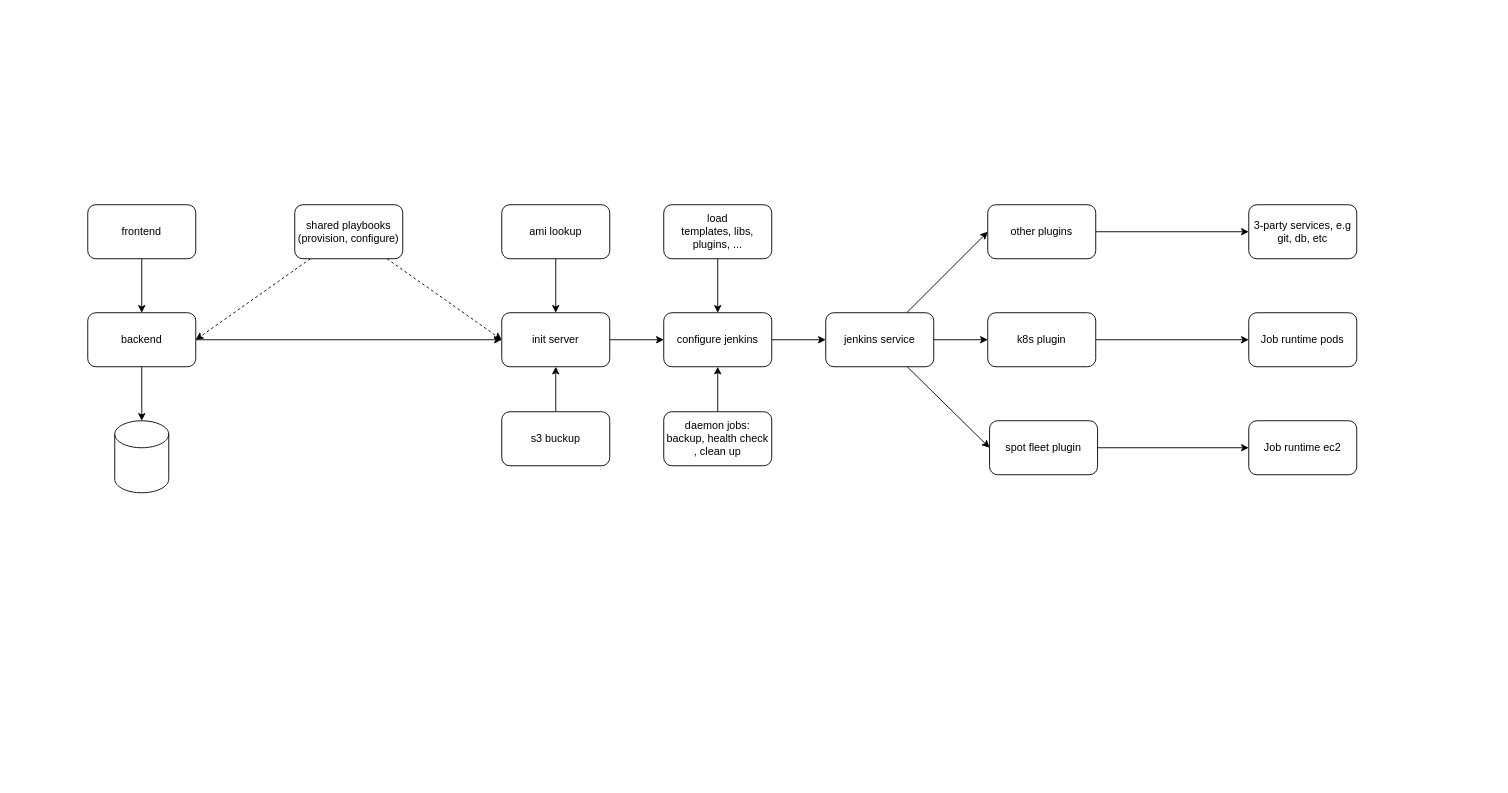
Above: homer_distributed_system.drawio in jiangtao7/draw.io (draw.io), before the change. Source tidied: cells renumbered, new cells numbered last; positions are measured from the earlier drawing's top-left corner, leaving out a move shared by most shapes. Both pictures are drawn from the tidied source at 90%, with x=0, y=0 at pixel (87, 204).
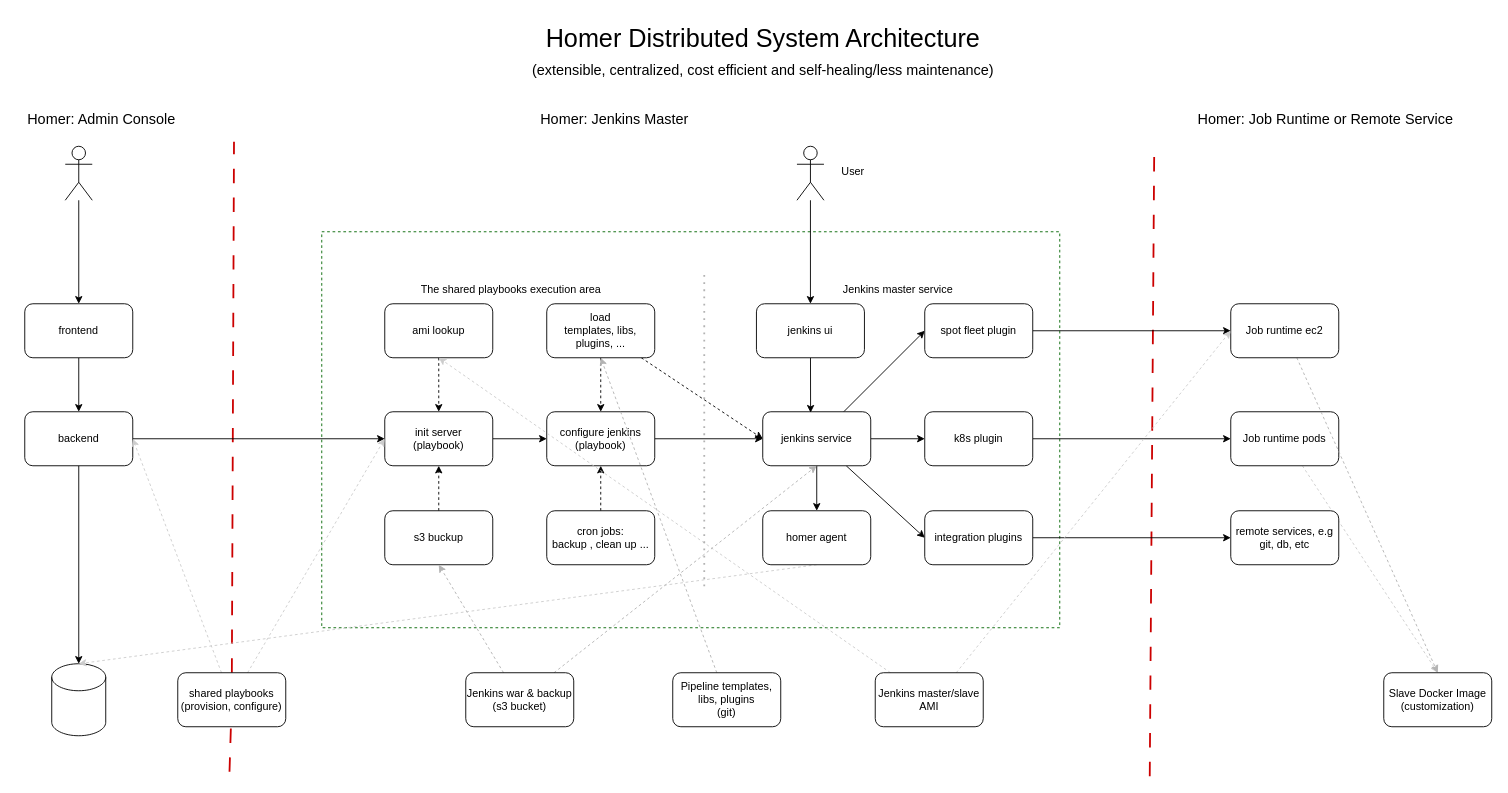
The same page after the edit.

Diff of the diagram source:
```diff
@@
+    <mxCell id="36" style="endArrow=none;dashed=1;html=1;dashPattern=8 8;strokeWidth=2;rounded=0;strokeColor=#CC0000;fontColor=#CC0000;" parent="1" edge="1">
+      <mxGeometry relative="1" as="geometry">
+        <mxPoint x="1180" y="635" as="sourcePoint" />
+        <mxPoint x="1185" y="-65" as="targetPoint" />
+      </mxGeometry>
+    </mxCell>
+    <mxCell id="37" style="endArrow=none;dashed=1;html=1;dashPattern=8 8;strokeWidth=2;rounded=0;strokeColor=#CC0000;fontColor=#CC0000;" parent="1" edge="1" source="26">
+      <mxGeometry relative="1" as="geometry">
+        <mxPoint x="162.5" y="-70" as="targetPoint" />
+      </mxGeometry>
+    </mxCell>
+    <mxCell id="38" style="rounded=0;whiteSpace=wrap;html=1;dashed=1;strokeColor=#006600;" parent="1" vertex="1">
+      <mxGeometry x="260" y="30" width="820" height="440" as="geometry" />
+    </mxCell>
@@
     <mxCell id="3" value="frontend" style="rounded=1;whiteSpace=wrap;html=1;" parent="1" vertex="1">
-      <mxGeometry width="120" height="60" as="geometry" />
+      <mxGeometry x="-70" y="110" width="120" height="60" as="geometry" />
     </mxCell>
@@
     <mxCell id="6" value="backend" style="rounded=1;whiteSpace=wrap;html=1;" parent="1" vertex="1">
-      <mxGeometry y="120" width="120" height="60" as="geometry" />
+      <mxGeometry x="-70" y="230" width="120" height="60" as="geometry" />
     </mxCell>
     <mxCell id="7" style="shape=cylinder3;whiteSpace=wrap;html=1;boundedLbl=1;backgroundOutline=1;size=15;" parent="1" vertex="1">
-      <mxGeometry x="30" y="240" width="60" height="80" as="geometry" />
+      <mxGeometry x="-40" y="510" width="60" height="80" as="geometry" />
     </mxCell>
@@
-    <mxCell id="9" value="init server" style="rounded=1;whiteSpace=wrap;html=1;" parent="1" vertex="1">
-      <mxGeometry x="460" y="120" width="120" height="60" as="geometry" />
+    <mxCell id="9" value="init server&lt;br&gt;(playbook)" style="rounded=1;whiteSpace=wrap;html=1;" parent="1" vertex="1">
+      <mxGeometry x="330" y="230" width="120" height="60" as="geometry" />
     </mxCell>
@@
-    <mxCell id="11" value="configure jenkins" style="rounded=1;whiteSpace=wrap;html=1;" parent="1" vertex="1">
-      <mxGeometry x="640" y="120" width="120" height="60" as="geometry" />
+    <mxCell id="11" value="configure jenkins&lt;br&gt;(playbook)" style="rounded=1;whiteSpace=wrap;html=1;" parent="1" vertex="1">
+      <mxGeometry x="510" y="230" width="120" height="60" as="geometry" />
     </mxCell>
+    <mxCell id="13" style="edgeStyle=none;rounded=0;jettySize=auto;html=1;entryX=0;entryY=0.5;entryDx=0;entryDy=0;" parent="1" edge="1" source="15" target="30">
+      <mxGeometry relative="1" as="geometry" />
+    </mxCell>
@@
-    <mxCell id="13" style="edgeStyle=none;rounded=0;jettySize=auto;html=1;entryX=0;entryY=0.5;entryDx=0;entryDy=0;" parent="1" edge="1" source="15" target="30">
-      <mxGeometry relative="1" as="geometry" />
-    </mxCell>
@@
+    <mxCell id="39" style="edgeStyle=none;rounded=0;jettySize=auto;html=1;" parent="1" edge="1" source="15" target="57">
+      <mxGeometry relative="1" as="geometry" />
+    </mxCell>
     <mxCell id="15" value="jenkins service" style="rounded=1;whiteSpace=wrap;html=1;" parent="1" vertex="1">
-      <mxGeometry x="820" y="120" width="120" height="60" as="geometry" />
+      <mxGeometry x="750" y="230" width="120" height="60" as="geometry" />
     </mxCell>
-    <mxCell id="16" style="edgeStyle=none;rounded=0;jettySize=auto;html=1;entryX=0.5;entryY=1;entryDx=0;entryDy=0;" parent="1" edge="1" source="17" target="11">
+    <mxCell id="16" style="edgeStyle=none;rounded=0;jettySize=auto;html=1;entryX=0.5;entryY=1;entryDx=0;entryDy=0;dashed=1;" parent="1" edge="1" source="17" target="11">
       <mxGeometry relative="1" as="geometry" />
     </mxCell>
-    <mxCell id="17" value="daemon jobs: &lt;br&gt;backup, health check , clean up" style="rounded=1;whiteSpace=wrap;html=1;" parent="1" vertex="1">
-      <mxGeometry x="640" y="230" width="120" height="60" as="geometry" />
+    <mxCell id="17" value="cron jobs: &lt;br&gt;backup , clean up ..." style="rounded=1;whiteSpace=wrap;html=1;" parent="1" vertex="1">
+      <mxGeometry x="510" y="340" width="120" height="60" as="geometry" />
     </mxCell>
-    <mxCell id="18" style="edgeStyle=none;rounded=0;jettySize=auto;html=1;entryX=0.5;entryY=0;entryDx=0;entryDy=0;" parent="1" edge="1" source="19" target="11">
+    <mxCell id="18" style="edgeStyle=none;rounded=0;jettySize=auto;html=1;entryX=0.5;entryY=0;entryDx=0;entryDy=0;dashed=1;" parent="1" edge="1" source="19" target="11">
       <mxGeometry relative="1" as="geometry" />
     </mxCell>
+    <mxCell id="40" style="edgeStyle=none;rounded=0;jettySize=auto;html=1;entryX=0;entryY=0.5;entryDx=0;entryDy=0;dashed=1;" parent="1" edge="1" source="19" target="15">
+      <mxGeometry relative="1" as="geometry" />
+    </mxCell>
     <mxCell id="19" value="load &lt;br&gt;templates, libs, plugins, ..." style="rounded=1;whiteSpace=wrap;html=1;" parent="1" vertex="1">
-      <mxGeometry x="640" width="120" height="60" as="geometry" />
+      <mxGeometry x="510" y="110" width="120" height="60" as="geometry" />
     </mxCell>
-    <mxCell id="20" style="edgeStyle=none;rounded=0;jettySize=auto;html=1;entryX=0.5;entryY=0;entryDx=0;entryDy=0;" parent="1" edge="1" source="21" target="9">
+    <mxCell id="20" style="edgeStyle=none;rounded=0;jettySize=auto;html=1;entryX=0.5;entryY=0;entryDx=0;entryDy=0;dashed=1;" parent="1" edge="1" source="21" target="9">
       <mxGeometry relative="1" as="geometry" />
     </mxCell>
     <mxCell id="21" value="ami lookup" style="rounded=1;whiteSpace=wrap;html=1;" parent="1" vertex="1">
-      <mxGeometry x="460" width="120" height="60" as="geometry" />
+      <mxGeometry x="330" y="110" width="120" height="60" as="geometry" />
     </mxCell>
-    <mxCell id="22" style="edgeStyle=none;rounded=0;jettySize=auto;html=1;entryX=0.5;entryY=1;entryDx=0;entryDy=0;" parent="1" edge="1" source="23" target="9">
+    <mxCell id="22" style="edgeStyle=none;rounded=0;jettySize=auto;html=1;entryX=0.5;entryY=1;entryDx=0;entryDy=0;dashed=1;" parent="1" edge="1" source="23" target="9">
       <mxGeometry relative="1" as="geometry" />
     </mxCell>
     <mxCell id="23" value="s3 buckup" style="rounded=1;whiteSpace=wrap;html=1;" parent="1" vertex="1">
-      <mxGeometry x="460" y="230" width="120" height="60" as="geometry" />
+      <mxGeometry x="330" y="340" width="120" height="60" as="geometry" />
     </mxCell>
-    <mxCell id="24" style="edgeStyle=none;rounded=0;jettySize=auto;html=1;entryX=1;entryY=0.5;entryDx=0;entryDy=0;dashed=1;" parent="1" edge="1" source="26" target="6">
+    <mxCell id="24" style="edgeStyle=none;rounded=0;jettySize=auto;html=1;entryX=1;entryY=0.5;entryDx=0;entryDy=0;dashed=1;strokeColor=#CCCCCC;" parent="1" edge="1" source="26" target="6">
       <mxGeometry relative="1" as="geometry" />
     </mxCell>
-    <mxCell id="25" style="edgeStyle=none;rounded=0;jettySize=auto;html=1;entryX=0;entryY=0.5;entryDx=0;entryDy=0;dashed=1;" parent="1" edge="1" source="26" target="9">
+    <mxCell id="25" style="edgeStyle=none;rounded=0;jettySize=auto;html=1;entryX=0;entryY=0.5;entryDx=0;entryDy=0;dashed=1;strokeColor=#CCCCCC;" parent="1" edge="1" source="26" target="9">
       <mxGeometry relative="1" as="geometry" />
     </mxCell>
-    <mxCell id="26" value="shared playbooks&lt;br&gt;(provision, configure)" style="rounded=1;whiteSpace=wrap;html=1;" parent="1" vertex="1">
-      <mxGeometry x="230" width="120" height="60" as="geometry" />
-    </mxCell>
-    <mxCell id="27" style="edgeStyle=none;rounded=0;jettySize=auto;html=1;entryX=0;entryY=0.5;entryDx=0;entryDy=0;" parent="1" edge="1" source="28" target="35">
+    <mxCell id="27" style="edgeStyle=none;rounded=0;jettySize=auto;html=1;" parent="1" edge="1" source="28" target="35">
       <mxGeometry relative="1" as="geometry" />
     </mxCell>
-    <mxCell id="28" value="other plugins" style="rounded=1;whiteSpace=wrap;html=1;" parent="1" vertex="1">
-      <mxGeometry x="1000" width="120" height="60" as="geometry" />
+    <mxCell id="28" value="integration plugins" style="rounded=1;whiteSpace=wrap;html=1;" parent="1" vertex="1">
+      <mxGeometry x="930" y="340" width="120" height="60" as="geometry" />
     </mxCell>
@@
     <mxCell id="30" value="k8s plugin" style="rounded=1;whiteSpace=wrap;html=1;" parent="1" vertex="1">
-      <mxGeometry x="1000" y="120" width="120" height="60" as="geometry" />
+      <mxGeometry x="930" y="230" width="120" height="60" as="geometry" />
     </mxCell>
@@
     <mxCell id="32" value="spot fleet plugin" style="rounded=1;whiteSpace=wrap;html=1;" parent="1" vertex="1">
-      <mxGeometry x="1002" y="240" width="120" height="60" as="geometry" />
+      <mxGeometry x="930" y="110" width="120" height="60" as="geometry" />
     </mxCell>
+    <mxCell id="41" style="edgeStyle=none;rounded=0;jettySize=auto;html=1;entryX=0.5;entryY=0;entryDx=0;entryDy=0;dashed=1;strokeColor=#CCCCCC;" parent="1" edge="1" source="33" target="48">
+      <mxGeometry relative="1" as="geometry" />
+    </mxCell>
     <mxCell id="33" value="Job runtime pods" style="rounded=1;whiteSpace=wrap;html=1;" parent="1" vertex="1">
-      <mxGeometry x="1290" y="120" width="120" height="60" as="geometry" />
+      <mxGeometry x="1270" y="230" width="120" height="60" as="geometry" />
     </mxCell>
+    <mxCell id="42" style="edgeStyle=none;rounded=0;jettySize=auto;html=1;entryX=0.5;entryY=0;entryDx=0;entryDy=0;dashed=1;strokeColor=#B3B3B3;" parent="1" edge="1" source="34" target="48">
+      <mxGeometry relative="1" as="geometry" />
+    </mxCell>
     <mxCell id="34" value="Job runtime ec2" style="rounded=1;whiteSpace=wrap;html=1;" parent="1" vertex="1">
-      <mxGeometry x="1290" y="240" width="120" height="60" as="geometry" />
+      <mxGeometry x="1270" y="110" width="120" height="60" as="geometry" />
     </mxCell>
-    <mxCell id="35" value="3-party services, e.g git, db, etc" style="rounded=1;whiteSpace=wrap;html=1;" parent="1" vertex="1">
-      <mxGeometry x="1290" width="120" height="60" as="geometry" />
+    <mxCell id="35" value="remote services, e.g git, db, etc" style="rounded=1;whiteSpace=wrap;html=1;" parent="1" vertex="1">
+      <mxGeometry x="1270" y="340" width="120" height="60" as="geometry" />
     </mxCell>
+    <mxCell id="43" style="edgeStyle=none;rounded=0;jettySize=auto;html=1;entryX=0.443;entryY=0.017;entryDx=0;entryDy=0;entryPerimeter=0;" parent="1" edge="1" source="44" target="15">
+      <mxGeometry relative="1" as="geometry" />
+    </mxCell>
+    <mxCell id="44" value="jenkins ui" style="rounded=1;whiteSpace=wrap;html=1;" parent="1" vertex="1">
+      <mxGeometry x="743" y="110" width="120" height="60" as="geometry" />
+    </mxCell>
+    <mxCell id="45" style="edgeStyle=none;rounded=0;jettySize=auto;html=1;entryX=0.5;entryY=1;entryDx=0;entryDy=0;dashed=1;strokeColor=#CCCCCC;" parent="1" edge="1" source="47" target="21">
+      <mxGeometry relative="1" as="geometry" />
+    </mxCell>
+    <mxCell id="46" style="edgeStyle=none;rounded=0;jettySize=auto;html=1;entryX=0;entryY=0.5;entryDx=0;entryDy=0;exitX=0.75;exitY=0;exitDx=0;exitDy=0;dashed=1;strokeColor=#CCCCCC;" parent="1" edge="1" source="47" target="34">
+      <mxGeometry relative="1" as="geometry" />
+    </mxCell>
+    <mxCell id="47" value="Jenkins master/slave AMI" style="rounded=1;whiteSpace=wrap;html=1;" parent="1" vertex="1">
+      <mxGeometry x="875" y="520" width="120" height="60" as="geometry" />
+    </mxCell>
+    <mxCell id="48" value="Slave Docker Image&lt;br&gt;(customization)" style="rounded=1;whiteSpace=wrap;html=1;" parent="1" vertex="1">
+      <mxGeometry x="1440" y="520" width="120" height="60" as="geometry" />
+    </mxCell>
+    <mxCell id="49" style="edgeStyle=none;rounded=0;jettySize=auto;html=1;entryX=0.5;entryY=0;entryDx=0;entryDy=0;" parent="1" edge="1" source="50" target="3">
+      <mxGeometry relative="1" as="geometry" />
+    </mxCell>
+    <mxCell id="50" style="shape=umlActor;verticalLabelPosition=bottom;verticalAlign=top;html=1;outlineConnect=0;" parent="1" vertex="1">
+      <mxGeometry x="-25" y="-65" width="30" height="60" as="geometry" />
+    </mxCell>
+    <mxCell id="51" style="edgeStyle=none;rounded=0;jettySize=auto;html=1;entryX=0.5;entryY=0;entryDx=0;entryDy=0;" parent="1" edge="1" source="52" target="44">
+      <mxGeometry relative="1" as="geometry" />
+    </mxCell>
+    <mxCell id="52" style="shape=umlActor;verticalLabelPosition=bottom;verticalAlign=top;html=1;outlineConnect=0;" parent="1" vertex="1">
+      <mxGeometry x="788" y="-65" width="30" height="60" as="geometry" />
+    </mxCell>
+    <mxCell id="53" value="Jenkins master service" style="text;html=1;align=center;verticalAlign=middle;strokeColor=none;fillColor=none;" parent="1" vertex="1">
+      <mxGeometry x="825" y="80" width="150" height="30" as="geometry" />
+    </mxCell>
+    <mxCell id="54" value="Homer: Job Runtime or Remote Service" style="text;html=1;align=center;verticalAlign=middle;strokeColor=none;fillColor=none;fontSize=16;" parent="1" vertex="1">
+      <mxGeometry x="1220" y="-110" width="310" height="30" as="geometry" />
+    </mxCell>
+    <mxCell id="55" value="Homer: Admin Console" style="text;html=1;align=center;verticalAlign=middle;strokeColor=none;fillColor=none;fontSize=16;" parent="1" vertex="1">
+      <mxGeometry x="-80" y="-110" width="190" height="30" as="geometry" />
+    </mxCell>
+    <mxCell id="56" style="edgeStyle=none;rounded=0;jettySize=auto;html=1;entryX=0.5;entryY=0;entryDx=0;entryDy=0;entryPerimeter=0;exitX=0.5;exitY=1;exitDx=0;exitDy=0;dashed=1;strokeColor=#CCCCCC;" parent="1" edge="1" source="57" target="7">
+      <mxGeometry relative="1" as="geometry" />
+    </mxCell>
+    <mxCell id="57" value="homer agent" style="rounded=1;whiteSpace=wrap;html=1;" parent="1" vertex="1">
+      <mxGeometry x="750" y="340" width="120" height="60" as="geometry" />
+    </mxCell>
+    <mxCell id="58" style="endArrow=none;dashed=1;html=1;dashPattern=1 3;strokeWidth=2;rounded=0;strokeColor=#B3B3B3;" parent="1" edge="1">
+      <mxGeometry relative="1" as="geometry">
+        <mxPoint x="685" y="424" as="sourcePoint" />
+        <mxPoint x="685" y="74" as="targetPoint" />
+      </mxGeometry>
+    </mxCell>
+    <mxCell id="59" value="The shared playbooks execution area" style="text;html=1;align=center;verticalAlign=middle;strokeColor=none;fillColor=none;" parent="1" vertex="1">
+      <mxGeometry x="360" y="80" width="220" height="30" as="geometry" />
+    </mxCell>
+    <mxCell id="60" value="User" style="text;html=1;align=center;verticalAlign=middle;strokeColor=none;fillColor=none;" parent="1" vertex="1">
+      <mxGeometry x="825" y="-52" width="50" height="30" as="geometry" />
+    </mxCell>
+    <mxCell id="61" value="Homer: Jenkins Master" style="text;html=1;align=center;verticalAlign=middle;strokeColor=none;fillColor=none;fontSize=16;" parent="1" vertex="1">
+      <mxGeometry x="490" y="-110" width="190" height="30" as="geometry" />
+    </mxCell>
+    <mxCell id="62" value="&lt;font style=&quot;font-size: 28px;&quot;&gt;Homer Distributed System Architecture &lt;br&gt;&lt;/font&gt;&lt;font style=&quot;font-size: 16px;&quot;&gt;(extensible, centralized, cost efficient and self-healing/less maintenance)&lt;/font&gt;" style="text;html=1;align=center;verticalAlign=middle;strokeColor=none;fillColor=none;fontSize=25;" parent="1" vertex="1">
+      <mxGeometry x="480" y="-210" width="540" height="80" as="geometry" />
+    </mxCell>
+    <mxCell id="63" style="edgeStyle=none;rounded=0;jettySize=auto;html=1;entryX=0.5;entryY=1;entryDx=0;entryDy=0;dashed=1;strokeColor=#B3B3B3;" parent="1" edge="1" source="65" target="23">
+      <mxGeometry relative="1" as="geometry" />
+    </mxCell>
+    <mxCell id="64" style="edgeStyle=none;rounded=0;jettySize=auto;html=1;entryX=0.5;entryY=1;entryDx=0;entryDy=0;dashed=1;strokeColor=#B3B3B3;" parent="1" edge="1" source="65" target="15">
+      <mxGeometry relative="1" as="geometry" />
+    </mxCell>
+    <mxCell id="65" value="Jenkins war &amp;amp; backup&lt;br&gt;(s3 bucket)" style="rounded=1;whiteSpace=wrap;html=1;" parent="1" vertex="1">
+      <mxGeometry x="420" y="520" width="120" height="60" as="geometry" />
+    </mxCell>
+    <mxCell id="66" style="endArrow=none;dashed=1;html=1;dashPattern=8 8;strokeWidth=2;rounded=0;strokeColor=#CC0000;fontColor=#CC0000;" parent="1" edge="1" target="26">
+      <mxGeometry relative="1" as="geometry">
+        <mxPoint x="157.5" y="630" as="sourcePoint" />
+      </mxGeometry>
+    </mxCell>
+    <mxCell id="26" value="shared playbooks&lt;br&gt;(provision, configure)" style="rounded=1;whiteSpace=wrap;html=1;" parent="1" vertex="1">
+      <mxGeometry x="100" y="520" width="120" height="60" as="geometry" />
+    </mxCell>
+    <mxCell id="67" style="edgeStyle=none;rounded=0;jettySize=auto;html=1;entryX=0.5;entryY=1;entryDx=0;entryDy=0;dashed=1;strokeColor=#B3B3B3;" parent="1" edge="1" source="68" target="19">
+      <mxGeometry relative="1" as="geometry" />
+    </mxCell>
+    <mxCell id="68" value="Pipeline templates, libs, plugins&lt;br&gt;(git)" style="rounded=1;whiteSpace=wrap;html=1;" parent="1" vertex="1">
+      <mxGeometry x="650" y="520" width="120" height="60" as="geometry" />
+    </mxCell>
```
